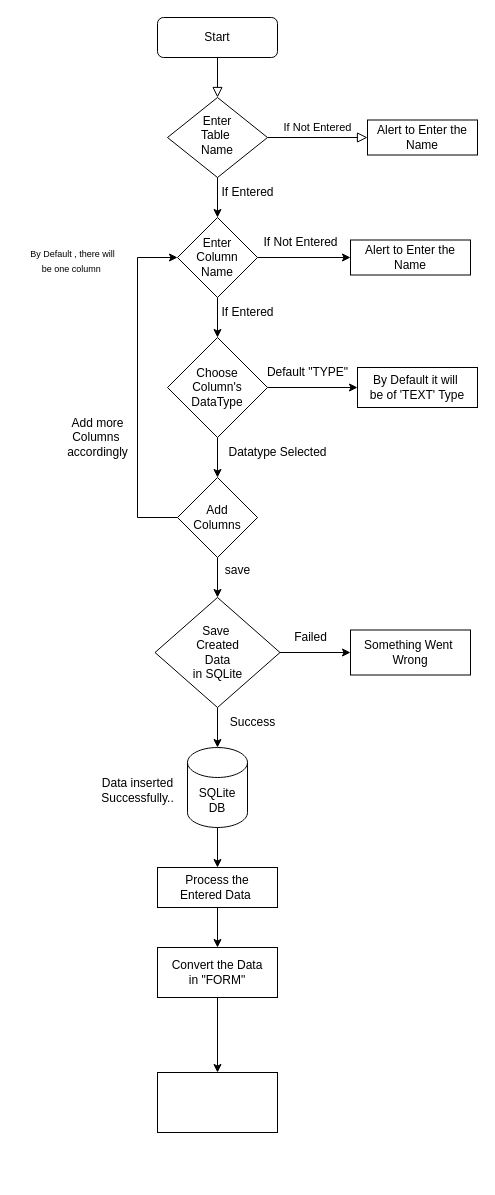
MohitThakur001/FlowCharts keeps this draw.io diagram as DatabaseCreation.drawio. Above is the earlier version. Source tidied: cells renumbered, new cells numbered last; positions are measured from the earlier drawing's top-left corner, leaving out a move shared by most shapes. Both pictures are drawn from the tidied source at 100%, with x=0, y=0 at pixel (17, 17).
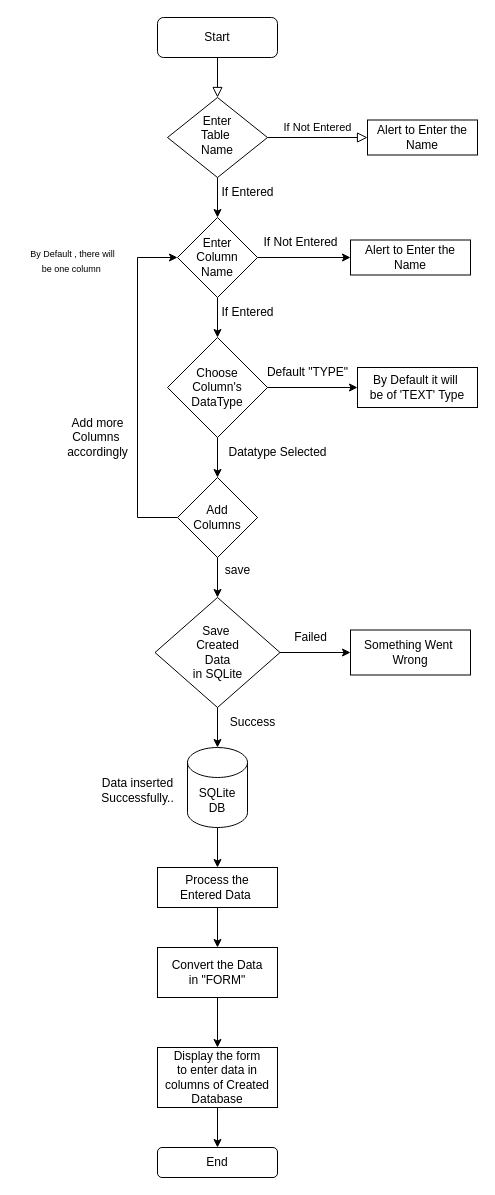
The same diagram, later.

Change to the diagram source:
```diff
@@
+    <mxCell id="42" style="edgeStyle=orthogonalEdgeStyle;rounded=0;jettySize=auto;html=1;entryX=0.5;entryY=0;entryDx=0;entryDy=0;" parent="1" edge="1" source="41" target="43">
+      <mxGeometry relative="1" as="geometry" />
+    </mxCell>
-    <mxCell id="41" style="whiteSpace=wrap;html=1;" parent="1" vertex="1">
-      <mxGeometry x="140" y="1055" width="120" height="60" as="geometry" />
+    <mxCell id="41" value="Display the form&lt;br&gt;to enter data in columns of Created Database" style="whiteSpace=wrap;html=1;" parent="1" vertex="1">
+      <mxGeometry x="140" y="1030" width="120" height="60" as="geometry" />
     </mxCell>
+    <mxCell id="43" value="End" style="rounded=1;whiteSpace=wrap;html=1;" parent="1" vertex="1">
+      <mxGeometry x="140" y="1130" width="120" height="30" as="geometry" />
+    </mxCell>
```
